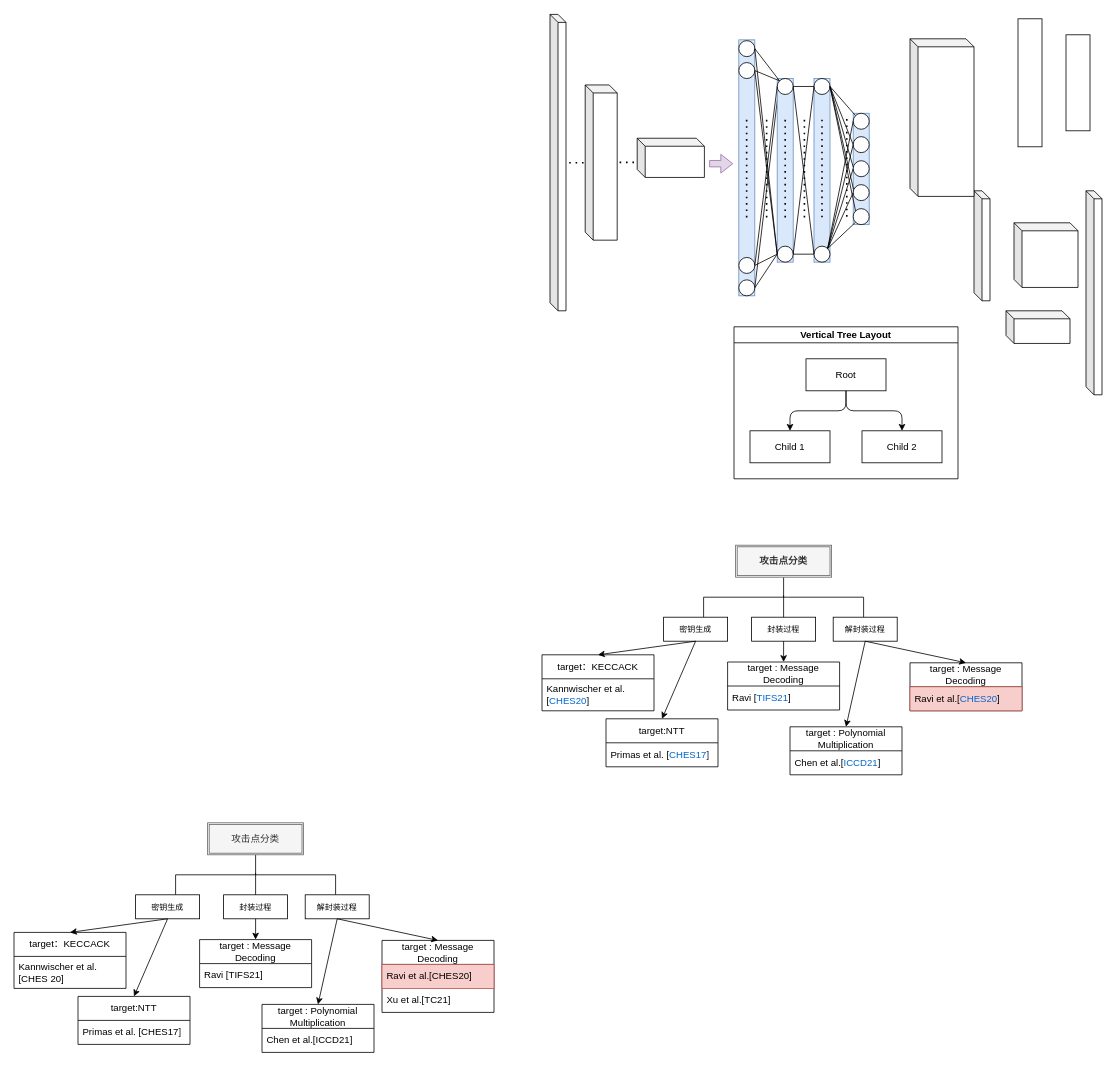
bazingaaaa-ss/easymcm keeps this draw.io diagram as page "第 1 页" (1 of 3) of 未命名绘图.drawio. Above is the earlier version. Source tidied: cells renumbered, new cells numbered last; positions are measured from the earlier drawing's top-left corner, leaving out a move shared by most shapes. Both pictures are drawn from the tidied source at 80%, with x=0, y=0 at pixel (14, 14).
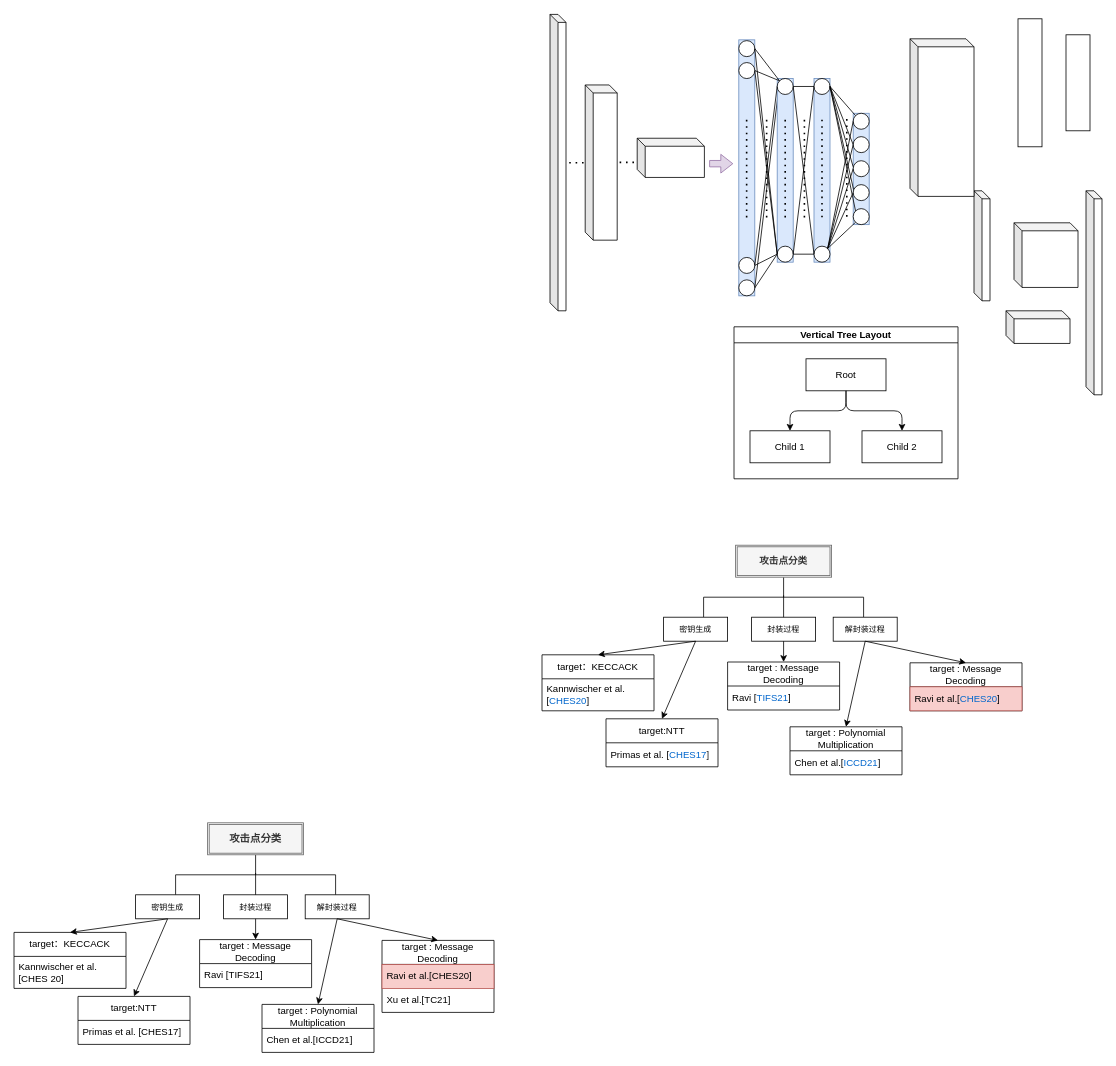
Above is the later version.

Commit message:
更新未命名绘图.drawio

Diff of the diagram source:
```diff
@@
-    <mxCell id="69" value="攻击点分类" style="shape=ext;double=1;rounded=0;whiteSpace=wrap;html=1;fillColor=#f5f5f5;fontColor=#333333;strokeColor=#666666;" parent="1" vertex="1">
+    <mxCell id="69" value="攻击点分类" style="shape=ext;double=1;rounded=0;whiteSpace=wrap;html=1;fillColor=#f5f5f5;fontColor=#333333;strokeColor=#666666;fontStyle=1;fontSize=13;" parent="1" vertex="1">
       <mxGeometry x="242" y="1010" width="120" height="40" as="geometry" />
     </mxCell>
```
